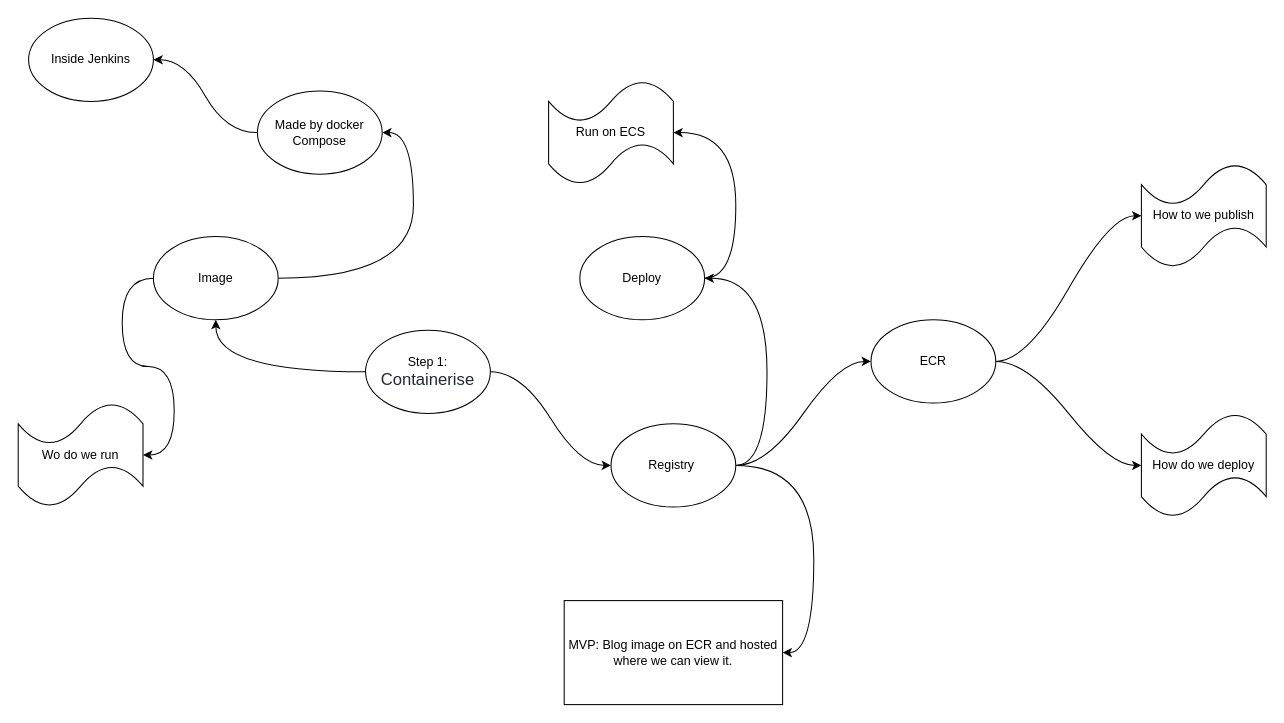
Earlier version of the draw.io diagram Stage 1.drawio (byteford/Infrastructure-WorkStream). Source tidied: cells renumbered, new cells numbered last; positions are measured from the earlier drawing's top-left corner, leaving out a move shared by most shapes. Both pictures are drawn from the tidied source at 104%, with x=0, y=0 at pixel (18, 18).
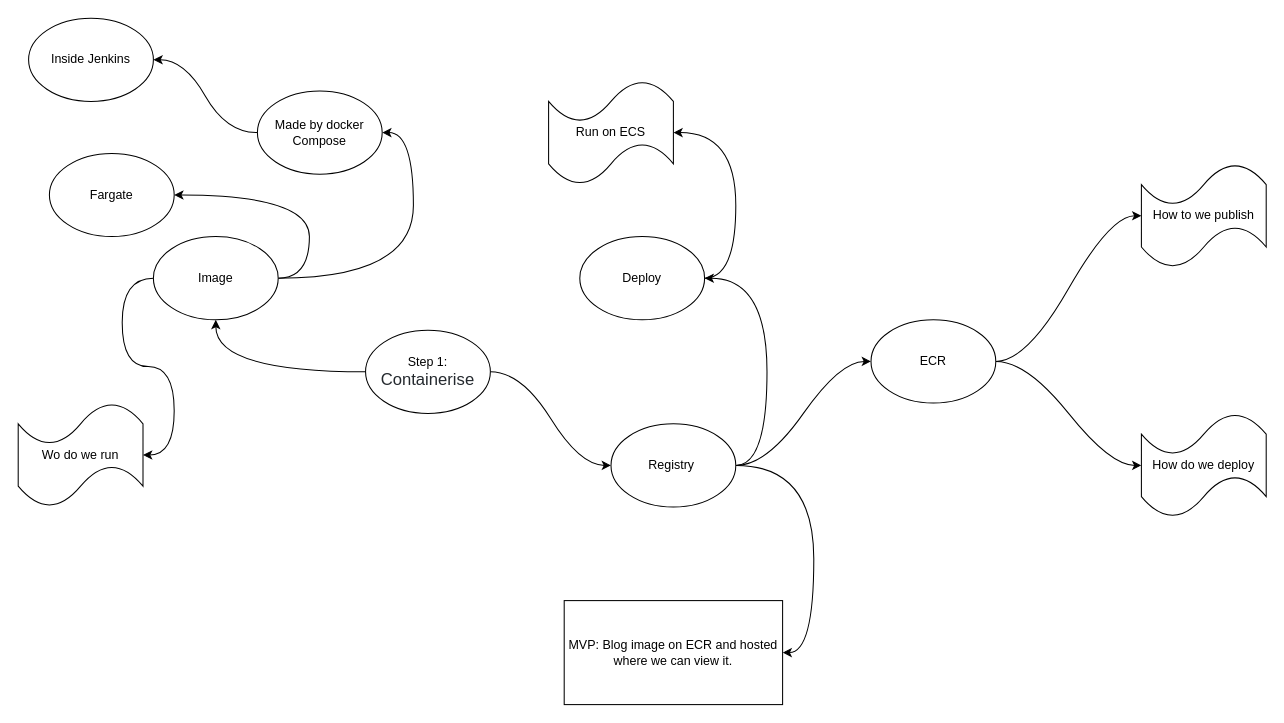
Above is the later version.

Unchanged cells that the change refers to:
```xml
<mxCell id="7" value="Image" style="ellipse;whiteSpace=wrap;html=1;" parent="1" vertex="1">
  <mxGeometry x="130" y="210" width="120" height="80" as="geometry" />
</mxCell>
```

What changed in the source:
```diff
@@
+    <mxCell id="25" style="edgeStyle=entityRelationEdgeStyle;curved=1;jettySize=auto;html=1;" parent="1" edge="1" source="7" target="26">
+      <mxGeometry relative="1" as="geometry" />
+    </mxCell>
@@
+    <mxCell id="26" value="Fargate" style="ellipse;whiteSpace=wrap;html=1;" parent="1" vertex="1">
+      <mxGeometry x="30" y="130" width="120" height="80" as="geometry" />
+    </mxCell>
```
